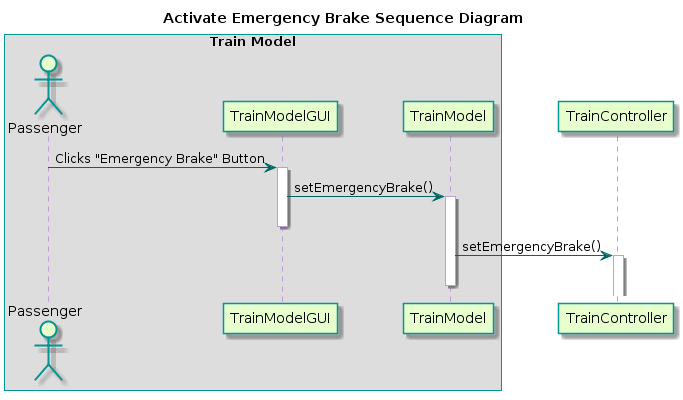
Above: TrainSystem/yUML/Sequence Diagrams/TrainModel/ActivateEmerBrakeSeqDiagram.png in kevingilboy/COE1186 (PlantUML), before the change.
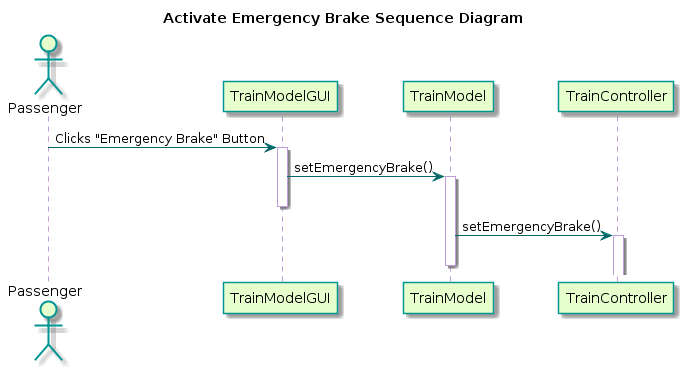
The same diagram one commit later.

Change to the diagram source:
```diff
@@ -4,19 +4,17 @@
   BackgroundColor transparent
   ParticipantBackgroundColor #e6ffcc
   ParticipantBorderColor 	#049595
+  PackageBorderCOlor  #049595
+  ActorBorderColor #049595
   ActorBackgroundColor #e6ffcc
-  ActorBorderColor 	#049595
-  BoxBorderColor 	#049595
-  PackageBorderCOlor  #049595
   ArrowColor #006666
   LifeLineBorderColor #c09cd9
 }
-box "Train Model"
+
 actor Passenger
 
 participant "TrainModelGUI" as A
 participant "TrainModel" as B
-end box
 participant "TrainController" as C
 
 Passenger -> A : Clicks "Emergency Brake" Button
```
